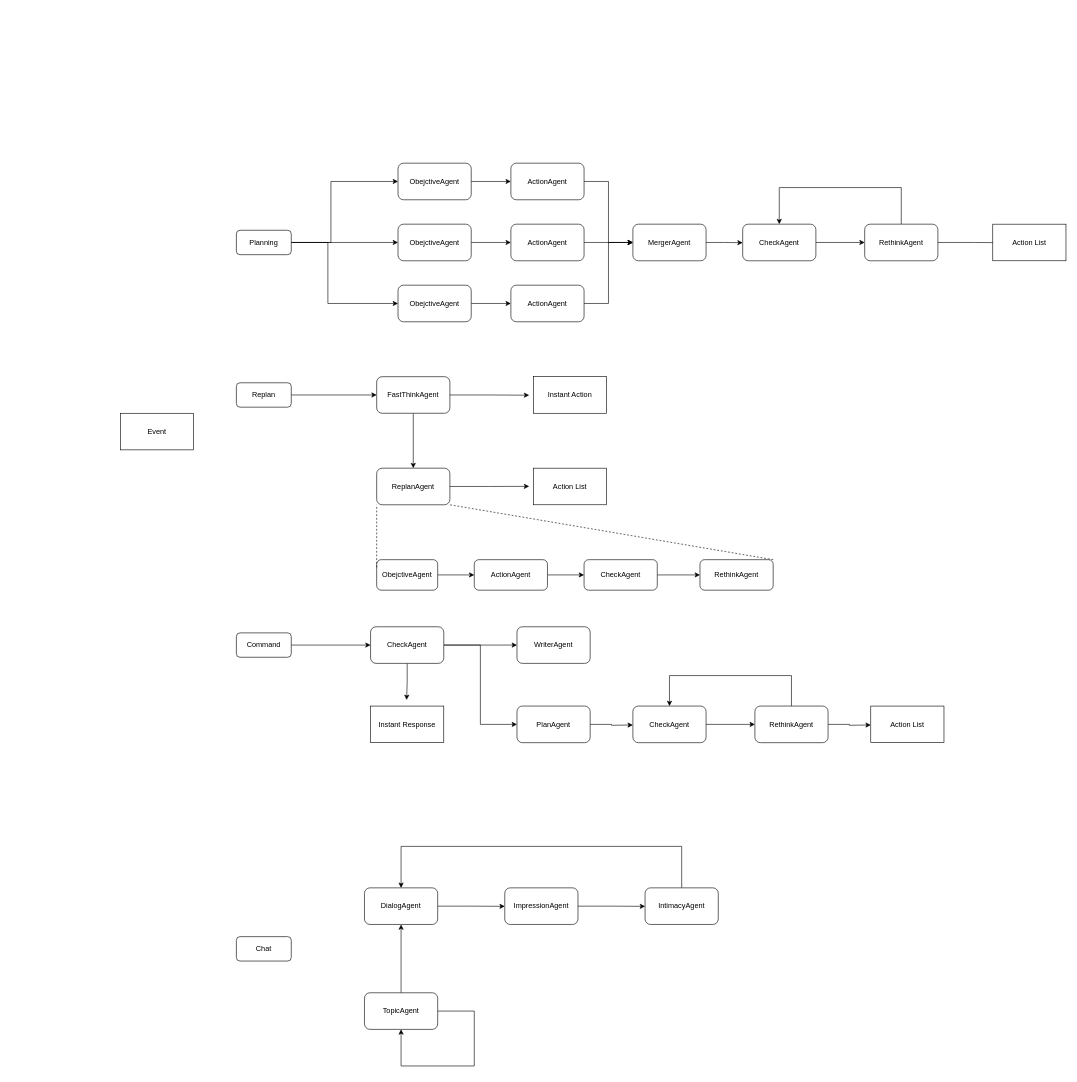
Earlier version of the draw.io diagram bios.drawio (ZhangShuui/ForDrawIo). Source tidied: cells renumbered, new cells numbered last; positions are measured from the earlier drawing's top-left corner, leaving out a move shared by most shapes. Both pictures are drawn from the tidied source at 61%, with x=0, y=0 at pixel (120, 163).
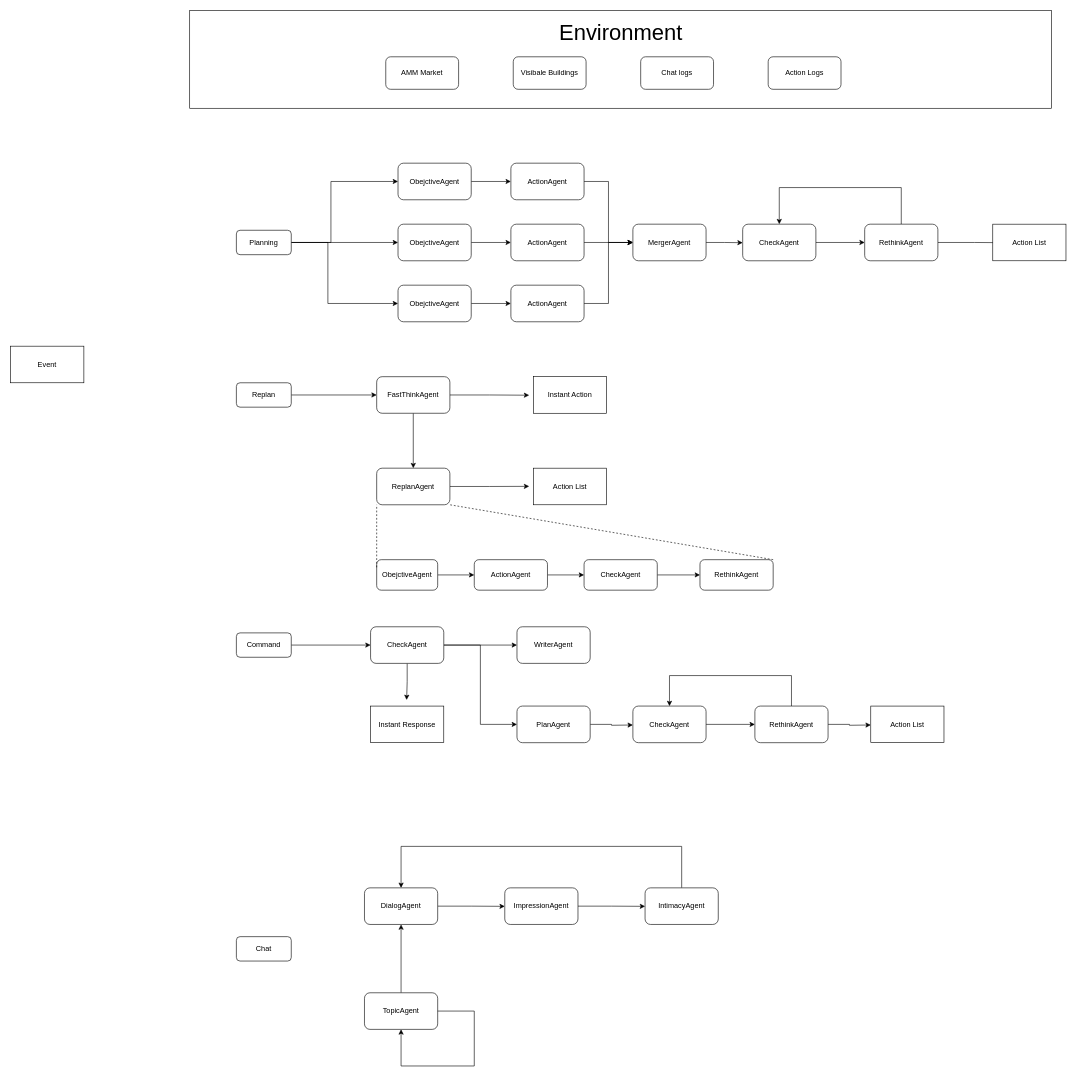
The same diagram, later.

Diff of the diagram source:
```diff
@@
     <mxCell id="26" value="Event" style="whiteSpace=wrap;html=1;" parent="1" vertex="1">
-      <mxGeometry y="410" width="120" height="60" as="geometry" />
+      <mxGeometry x="-180" y="300" width="120" height="60" as="geometry" />
     </mxCell>
@@
+    <mxCell id="71" style="group;" parent="1" vertex="1">
+      <mxGeometry x="113.5" y="-250" width="1413" height="160" as="geometry" />
+    </mxCell>
+    <mxCell id="72" value="&lt;div&gt;&lt;br&gt;&lt;/div&gt;" style="rounded=0;whiteSpace=wrap;html=1;align=center;" parent="71" vertex="1">
+      <mxGeometry width="1413" height="160" as="geometry" />
+    </mxCell>
+    <mxCell id="73" value="&lt;font style=&quot;font-size: 36px;&quot;&gt;Environment&lt;/font&gt;" style="text;html=1;align=center;verticalAlign=middle;whiteSpace=wrap;rounded=0;" parent="71" vertex="1">
+      <mxGeometry x="577.1" y="8.9" width="258.7" height="53.3" as="geometry" />
+    </mxCell>
+    <mxCell id="74" value="AMM Market" style="rounded=1;whiteSpace=wrap;html=1;" parent="71" vertex="1">
+      <mxGeometry x="321.4" y="75.6" width="119.4" height="53.3" as="geometry" />
+    </mxCell>
+    <mxCell id="75" value="Visibale Buildings" style="rounded=1;whiteSpace=wrap;html=1;" parent="71" vertex="1">
+      <mxGeometry x="530.4" y="75.6" width="119.4" height="53.3" as="geometry" />
+    </mxCell>
+    <mxCell id="76" value="Chat logs" style="rounded=1;whiteSpace=wrap;html=1;" parent="71" vertex="1">
+      <mxGeometry x="739.3" y="75.6" width="119.4" height="53.3" as="geometry" />
+    </mxCell>
+    <mxCell id="77" value="Action Logs" style="rounded=1;whiteSpace=wrap;html=1;" parent="71" vertex="1">
+      <mxGeometry x="948.3" y="75.6" width="119.4" height="53.3" as="geometry" />
+    </mxCell>
```
